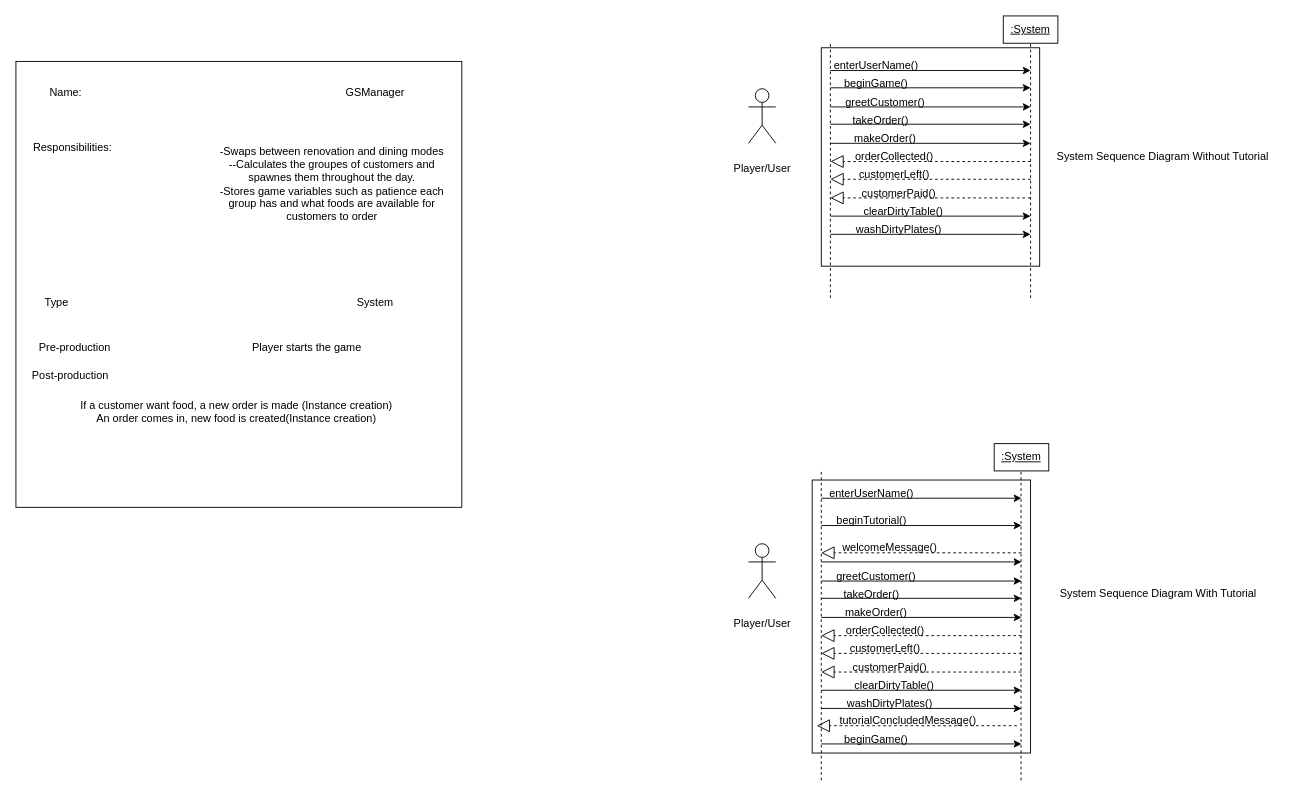
The draw.io diagram External/Documentation/ssd updated.drawio in TomatechGames/Cooktastrophe, before the edit. Source tidied: cells renumbered, new cells numbered last; positions are measured from the earlier drawing's top-left corner, leaving out a move shared by most shapes. Both pictures are drawn from the tidied source at 91%, with x=0, y=0 at pixel (15, 15).
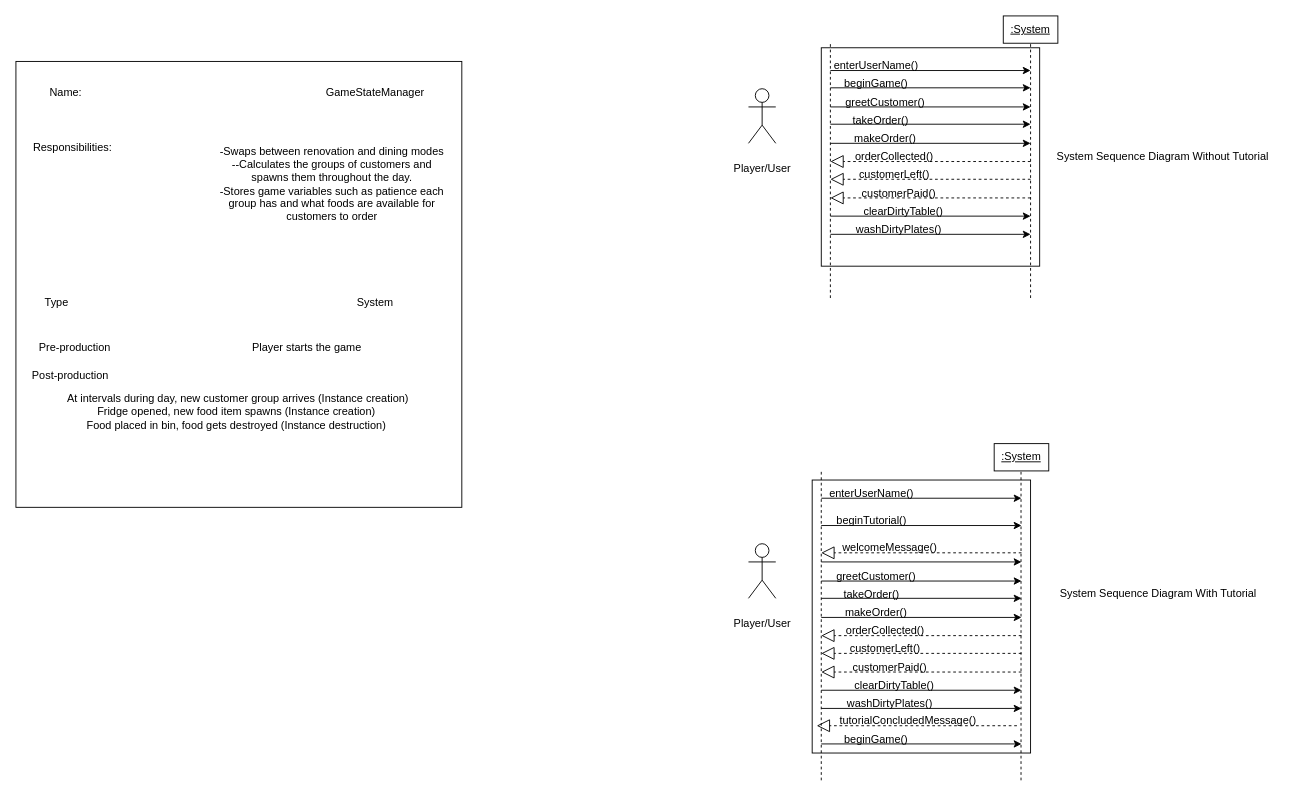
After the change.

What changed in the source:
```diff
@@
-    <mxCell id="63" value="GSManager" style="text;html=1;strokeColor=none;fillColor=none;align=center;verticalAlign=middle;whiteSpace=wrap;rounded=0;" parent="1" vertex="1">
+    <mxCell id="63" value="GameStateManager" style="text;html=1;strokeColor=none;fillColor=none;align=center;verticalAlign=middle;whiteSpace=wrap;rounded=0;" parent="1" vertex="1">
       <mxGeometry x="305" y="70" width="180" height="30" as="geometry" />
     </mxCell>
@@
-    <mxCell id="65" value="-Swaps between renovation and dining modes&lt;br&gt;--Calculates the groupes of customers and spawnes them throughout the day.&lt;br&gt;-Stores game variables such as patience each group has and what foods are available for customers to order" style="text;html=1;strokeColor=none;fillColor=none;align=center;verticalAlign=middle;whiteSpace=wrap;rounded=0;" parent="1" vertex="1">
+    <mxCell id="65" value="-Swaps between renovation and dining modes&lt;br&gt;--Calculates the groups of customers and spawns them throughout the day.&lt;br&gt;-Stores game variables such as patience each group has and what foods are available for customers to order" style="text;html=1;strokeColor=none;fillColor=none;align=center;verticalAlign=middle;whiteSpace=wrap;rounded=0;" parent="1" vertex="1">
       <mxGeometry x="220" y="130" width="255" height="110" as="geometry" />
     </mxCell>
@@
-    <mxCell id="71" value="If a customer want food, a new order is made (Instance creation)&lt;br&gt;An order comes in, new food is created(Instance creation)&lt;br&gt;" style="text;html=1;strokeColor=none;fillColor=none;align=center;verticalAlign=middle;whiteSpace=wrap;rounded=0;" parent="1" vertex="1">
+    <mxCell id="71" value="&amp;nbsp;At intervals during day, new customer group arrives (Instance creation)&lt;br&gt;&lt;div&gt;Fridge opened, new food item spawns (Instance creation)&lt;/div&gt;&lt;div&gt;Food placed in bin, food gets destroyed (Instance destruction)&lt;br&gt;&lt;/div&gt;" style="text;html=1;strokeColor=none;fillColor=none;align=center;verticalAlign=middle;whiteSpace=wrap;rounded=0;" parent="1" vertex="1">
       <mxGeometry x="30" y="410" width="425" height="50" as="geometry" />
     </mxCell>
```
